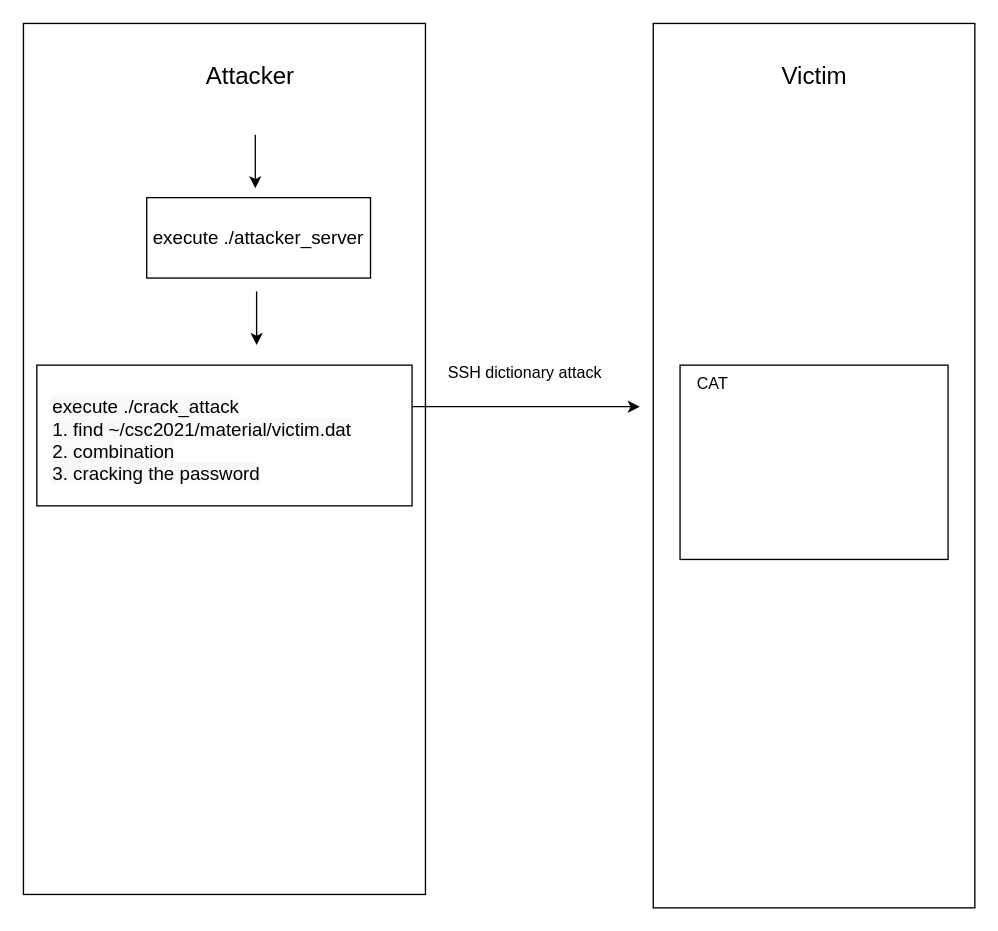
Earlier version of the draw.io diagram Project3-Ransomware-Propagation-and-Payload/flow_chart/Untitled Diagram.drawio (chilin0525/NCTU-Computer-Security-Capstone). Source tidied: cells renumbered, new cells numbered last; positions are measured from the earlier drawing's top-left corner, leaving out a move shared by most shapes. Both pictures are drawn from the tidied source at 134%, with x=0, y=0 at pixel (23, 23).
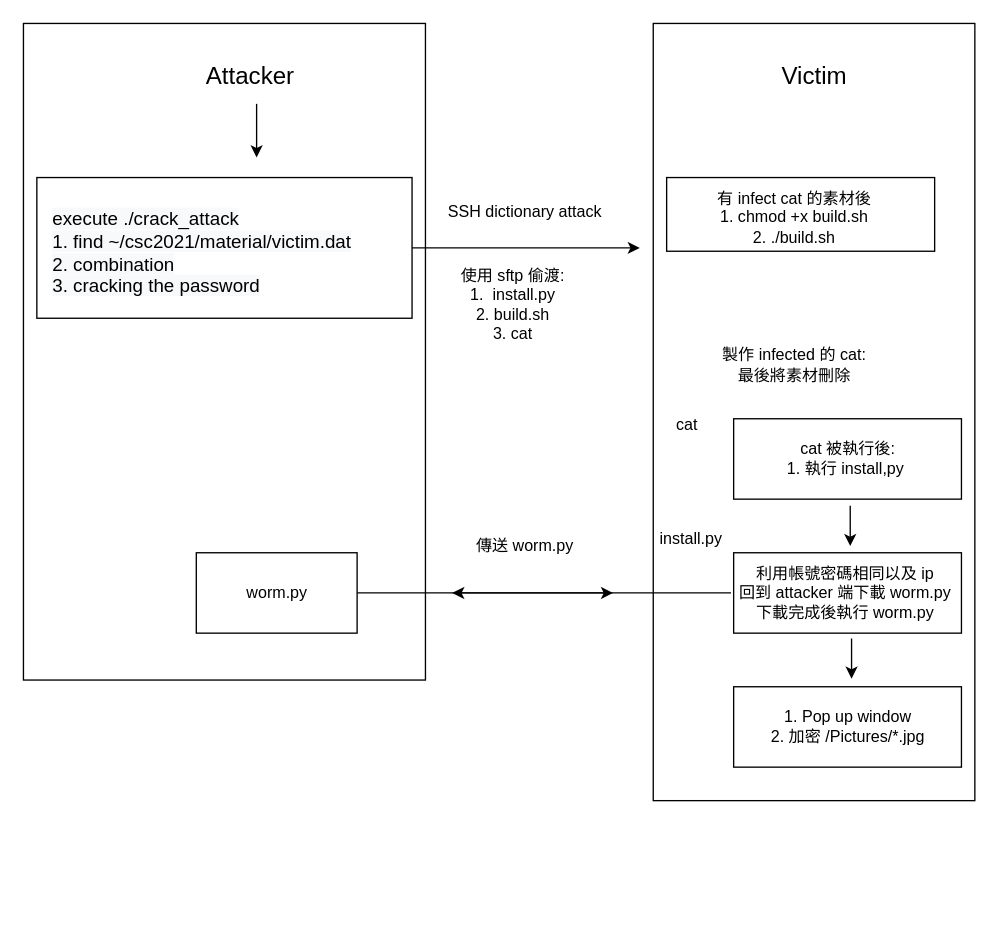
The same page after the edit.

The edit, as a diff of the source:
```diff
@@
+    <mxCell id="3" style="rounded=0;whiteSpace=wrap;html=1;" parent="1" vertex="1">
+      <mxGeometry x="470" width="240" height="580" as="geometry" />
+    </mxCell>
+    <mxCell id="16" style="rounded=0;whiteSpace=wrap;html=1;shadow=0;" parent="1" vertex="1">
+      <mxGeometry x="530" y="495" width="170" height="60" as="geometry" />
+    </mxCell>
+    <mxCell id="17" style="rounded=0;whiteSpace=wrap;html=1;shadow=0;" parent="1" vertex="1">
+      <mxGeometry x="530" y="295" width="170" height="60" as="geometry" />
+    </mxCell>
     <mxCell id="2" style="rounded=0;whiteSpace=wrap;html=1;" parent="1" vertex="1">
-      <mxGeometry width="300" height="650" as="geometry" />
+      <mxGeometry width="300" height="490" as="geometry" />
     </mxCell>
-    <mxCell id="3" style="rounded=0;whiteSpace=wrap;html=1;" parent="1" vertex="1">
-      <mxGeometry x="470" width="240" height="660" as="geometry" />
-    </mxCell>
@@
-    <mxCell id="6" style="rounded=0;whiteSpace=wrap;html=1;" parent="1" vertex="1">
-      <mxGeometry x="92" y="130" width="167" height="60" as="geometry" />
-    </mxCell>
-    <mxCell id="7" value="&lt;span style=&quot;font-size: 14px&quot;&gt;execute ./attacker_server&lt;/span&gt;" style="text;html=1;align=center;verticalAlign=middle;fillColor=none;strokeColor=none;rounded=0;" parent="1" vertex="1">
-      <mxGeometry x="90" y="150" width="170" height="20" as="geometry" />
-    </mxCell>
-    <mxCell id="8" style="endArrow=classic;html=1;" parent="1" edge="1">
-      <mxGeometry relative="1" as="geometry">
-        <mxPoint x="173" y="83" as="sourcePoint" />
-        <mxPoint x="173" y="123" as="targetPoint" />
-      </mxGeometry>
-    </mxCell>
+    <mxCell id="18" style="edgeStyle=orthogonalEdgeStyle;rounded=0;jettySize=auto;html=1;" parent="1" edge="1" source="9">
+      <mxGeometry relative="1" as="geometry">
+        <mxPoint x="460" y="167.5" as="targetPoint" />
+      </mxGeometry>
+    </mxCell>
     <mxCell id="9" style="rounded=0;whiteSpace=wrap;html=1;" parent="1" vertex="1">
-      <mxGeometry x="10" y="255" width="280" height="105" as="geometry" />
+      <mxGeometry x="10" y="115" width="280" height="105" as="geometry" />
     </mxCell>
     <mxCell id="10" style="endArrow=classic;html=1;" parent="1" edge="1">
       <mxGeometry relative="1" as="geometry">
-        <mxPoint x="174" y="200" as="sourcePoint" />
-        <mxPoint x="174" y="240" as="targetPoint" />
+        <mxPoint x="174" y="60" as="sourcePoint" />
+        <mxPoint x="174" y="100" as="targetPoint" />
       </mxGeometry>
     </mxCell>
-    <mxCell id="11" style="edgeStyle=orthogonalEdgeStyle;rounded=0;jettySize=auto;html=1;" parent="1" edge="1" source="12">
-      <mxGeometry relative="1" as="geometry">
-        <mxPoint x="460" y="286" as="targetPoint" />
-      </mxGeometry>
-    </mxCell>
     <mxCell id="12" value="&lt;span style=&quot;color: rgb(0 , 0 , 0) ; font-family: &amp;#34;helvetica&amp;#34; ; font-size: 14px ; font-style: normal ; font-weight: 400 ; letter-spacing: normal ; text-align: center ; text-indent: 0px ; text-transform: none ; word-spacing: 0px ; background-color: rgb(248 , 249 , 250) ; display: inline ; float: none&quot;&gt;execute ./crack_attack&lt;br&gt;1. find ~/csc2021/material/victim.dat&lt;br&gt;2. combination&lt;br&gt;3. cracking the password&lt;br&gt;&lt;/span&gt;" style="text;whiteSpace=wrap;html=1;" parent="1" vertex="1">
-      <mxGeometry x="20" y="271" width="270" height="30" as="geometry" />
+      <mxGeometry x="20" y="131" width="270" height="30" as="geometry" />
     </mxCell>
     <mxCell id="13" value="SSH dictionary attack" style="text;html=1;align=center;verticalAlign=middle;fillColor=none;strokeColor=none;rounded=0;" parent="1" vertex="1">
-      <mxGeometry x="309" y="251" width="130" height="20" as="geometry" />
+      <mxGeometry x="309" y="131" width="130" height="20" as="geometry" />
     </mxCell>
     <mxCell id="14" style="rounded=0;whiteSpace=wrap;html=1;" parent="1" vertex="1">
-      <mxGeometry x="490" y="255" width="200" height="145" as="geometry" />
+      <mxGeometry x="480" y="115" width="200" height="55" as="geometry" />
     </mxCell>
-    <mxCell id="15" value="CAT" style="text;html=1;align=center;verticalAlign=middle;fillColor=none;strokeColor=none;rounded=0;" parent="1" vertex="1">
-      <mxGeometry x="494" y="259" width="40" height="20" as="geometry" />
-    </mxCell>
+    <mxCell id="19" value="使用 sftp 偷渡:&lt;br&gt;1.&amp;nbsp; install.py&lt;br&gt;2. build.sh&lt;br&gt;3. cat" style="text;html=1;align=center;verticalAlign=middle;fillColor=none;strokeColor=none;rounded=0;" parent="1" vertex="1">
+      <mxGeometry x="320" y="180" width="90" height="60" as="geometry" />
+    </mxCell>
+    <mxCell id="20" value="有 infect cat 的素材後&lt;br&gt;1. chmod +x build.sh&lt;br&gt;2. ./build.sh" style="text;html=1;align=center;verticalAlign=middle;fillColor=none;strokeColor=none;rounded=0;" parent="1" vertex="1">
+      <mxGeometry x="510" y="120" width="130" height="50" as="geometry" />
+    </mxCell>
+    <mxCell id="21" value="製作 infected 的 cat:&lt;br&gt;最後將素材刪除" style="text;html=1;align=center;verticalAlign=middle;fillColor=none;strokeColor=none;rounded=0;" parent="1" vertex="1">
+      <mxGeometry x="515" y="240" width="120" height="30" as="geometry" />
+    </mxCell>
+    <mxCell id="22" style="rounded=0;whiteSpace=wrap;html=1;shadow=0;" parent="1" vertex="1">
+      <mxGeometry x="530" y="395" width="170" height="60" as="geometry" />
+    </mxCell>
+    <mxCell id="23" style="edgeStyle=orthogonalEdgeStyle;rounded=0;jettySize=auto;html=1;" parent="1" edge="1" source="24">
+      <mxGeometry relative="1" as="geometry">
+        <mxPoint x="320" y="425" as="targetPoint" />
+      </mxGeometry>
+    </mxCell>
+    <mxCell id="24" value="利用帳號密碼相同以及 ip&lt;br&gt;回到 attacker 端下載 worm.py&lt;br&gt;下載完成後執行 worm.py&lt;br&gt;" style="text;html=1;align=center;verticalAlign=middle;points=[];rounded=0;shadow=0;" parent="1" vertex="1">
+      <mxGeometry x="528" y="400" width="170" height="50" as="geometry" />
+    </mxCell>
+    <mxCell id="25" value="install.py" style="text;html=1;align=center;verticalAlign=middle;fillColor=none;strokeColor=none;rounded=0;shadow=0;" parent="1" vertex="1">
+      <mxGeometry x="468" y="375" width="60" height="20" as="geometry" />
+    </mxCell>
+    <mxCell id="26" value="cat 被執行後:&lt;br&gt;1. 執行 install,py&amp;nbsp;" style="text;html=1;align=center;verticalAlign=middle;fillColor=none;strokeColor=none;rounded=0;" parent="1" vertex="1">
+      <mxGeometry x="560" y="310" width="110" height="30" as="geometry" />
+    </mxCell>
+    <mxCell id="27" value="cat" style="text;html=1;align=center;verticalAlign=middle;fillColor=none;strokeColor=none;rounded=0;shadow=0;" parent="1" vertex="1">
+      <mxGeometry x="480" y="290" width="30" height="20" as="geometry" />
+    </mxCell>
+    <mxCell id="28" style="edgeStyle=orthogonalEdgeStyle;rounded=0;jettySize=auto;html=1;" parent="1" edge="1" source="29">
+      <mxGeometry relative="1" as="geometry">
+        <mxPoint x="440" y="425" as="targetPoint" />
+      </mxGeometry>
+    </mxCell>
+    <mxCell id="29" style="rounded=0;whiteSpace=wrap;html=1;shadow=0;" parent="1" vertex="1">
+      <mxGeometry x="129" y="395" width="120" height="60" as="geometry" />
+    </mxCell>
+    <mxCell id="30" value="worm.py" style="text;html=1;align=center;verticalAlign=middle;fillColor=none;strokeColor=none;rounded=0;shadow=0;" parent="1" vertex="1">
+      <mxGeometry x="159" y="415" width="60" height="20" as="geometry" />
+    </mxCell>
+    <mxCell id="31" style="endArrow=classic;html=1;" parent="1" edge="1">
+      <mxGeometry relative="1" as="geometry">
+        <mxPoint x="617" y="360" as="sourcePoint" />
+        <mxPoint x="617" y="390" as="targetPoint" />
+      </mxGeometry>
+    </mxCell>
+    <mxCell id="32" style="endArrow=classic;html=1;" parent="1" edge="1">
+      <mxGeometry relative="1" as="geometry">
+        <mxPoint x="618" y="459" as="sourcePoint" />
+        <mxPoint x="618" y="489" as="targetPoint" />
+      </mxGeometry>
+    </mxCell>
+    <mxCell id="33" value="1. Pop up window&lt;br&gt;2. 加密 /Pictures/*.jpg&lt;br&gt;" style="text;html=1;align=center;verticalAlign=middle;fillColor=none;strokeColor=none;rounded=0;shadow=0;" parent="1" vertex="1">
+      <mxGeometry x="550" y="510" width="130" height="30" as="geometry" />
+    </mxCell>
+    <mxCell id="34" value="傳送 worm.py" style="text;html=1;align=center;verticalAlign=middle;fillColor=none;strokeColor=none;rounded=0;shadow=0;" parent="1" vertex="1">
+      <mxGeometry x="329" y="380" width="90" height="20" as="geometry" />
+    </mxCell>
```
